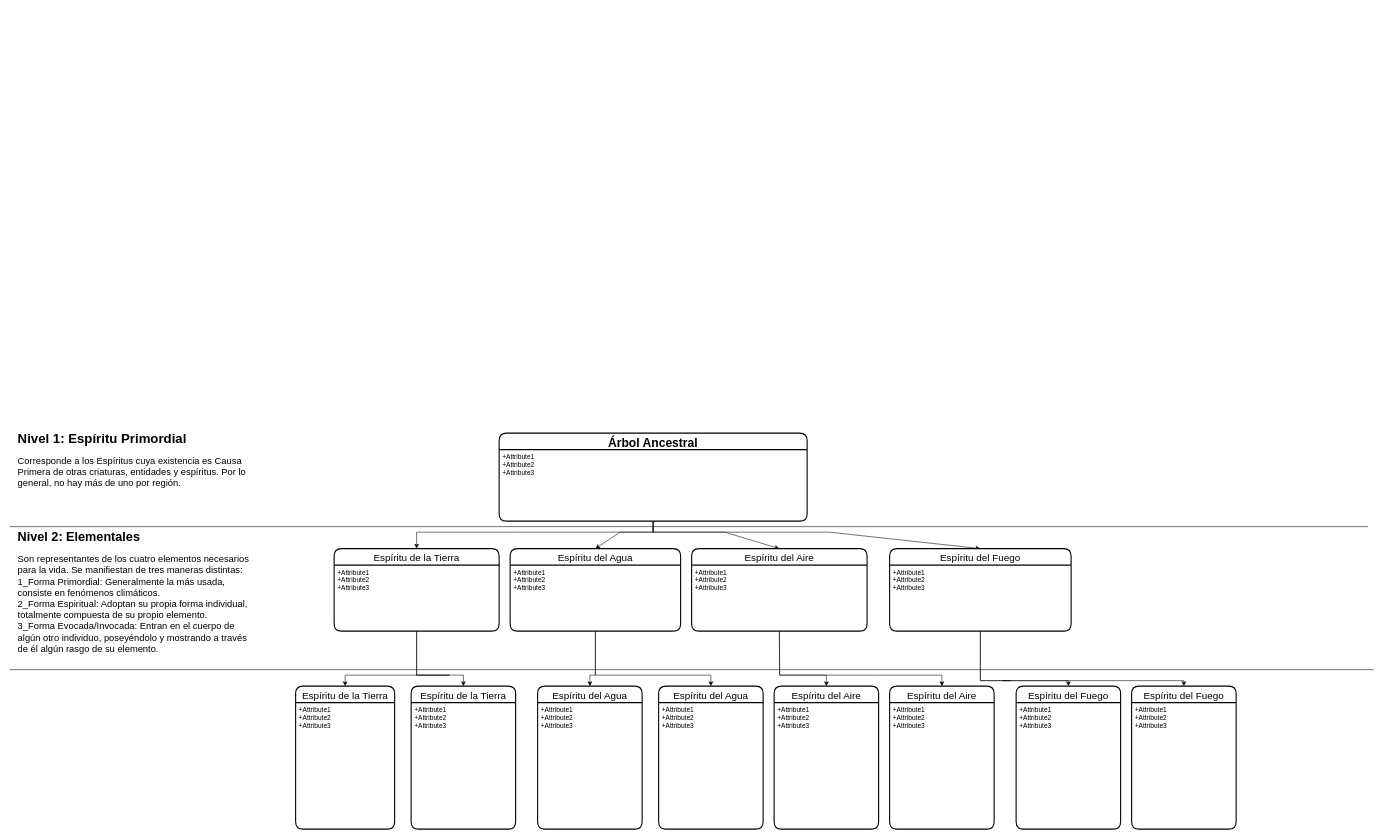
Earlier version of the draw.io diagram EspiritusEspesura.drawio (aixairupe/DiagramasRPG). Source tidied: cells renumbered, new cells numbered last; positions are measured from the earlier drawing's top-left corner, leaving out a move shared by most shapes. Both pictures are drawn from the tidied source at 55%, with x=0, y=0 at pixel (9, 427).
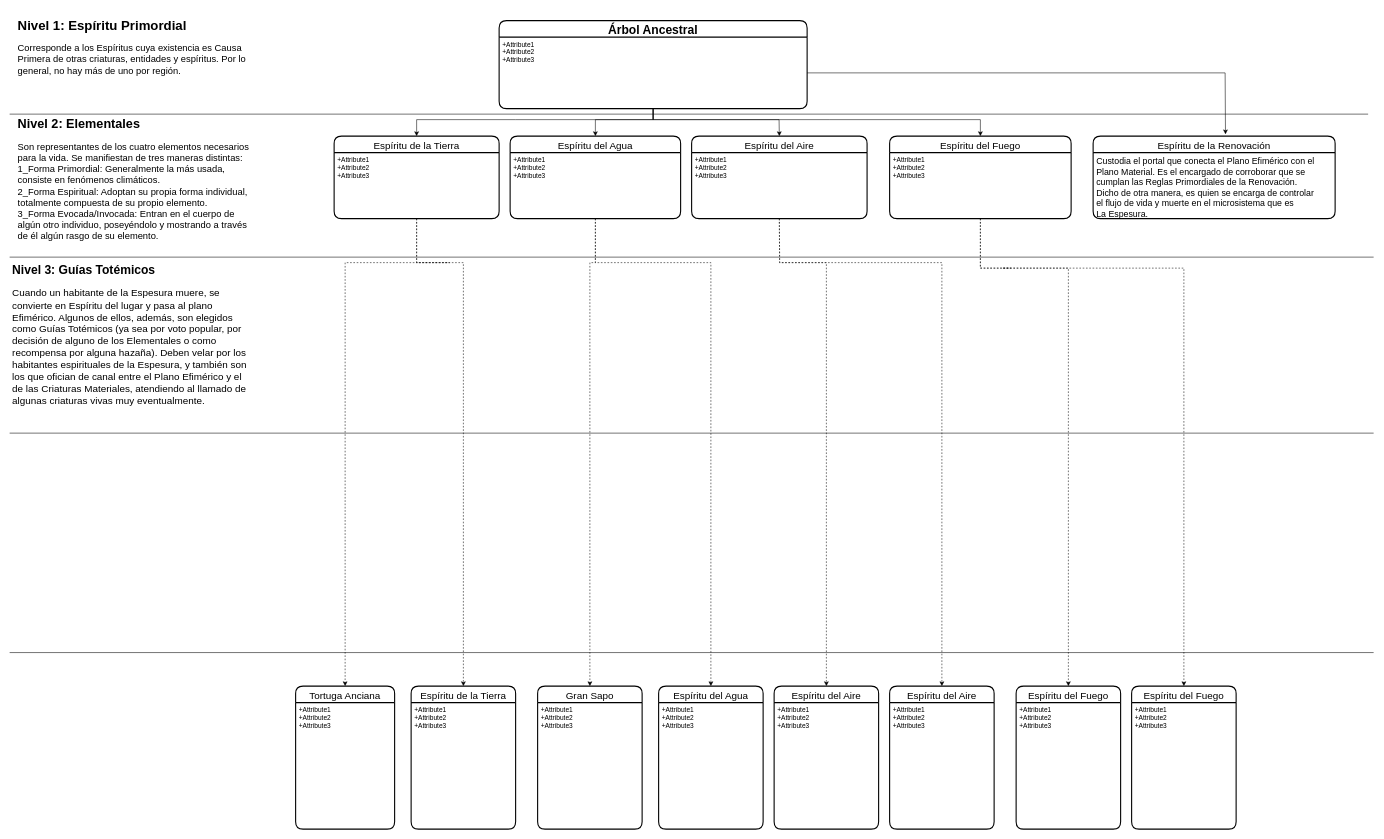
Above is the later version.

Unchanged cells that the change refers to:
```xml
<mxCell id="12" value="+Attribute1&#10;+Attribute2&#10;+Attribute3" style="align=left;strokeColor=none;fillColor=none;spacingLeft=4;fontSize=12;verticalAlign=top;" parent="11" vertex="1">
  <mxGeometry y="30" width="300" height="120" as="geometry" />
</mxCell>
<mxCell id="14" value="+Attribute1&#10;+Attribute2&#10;+Attribute3" style="align=left;strokeColor=none;fillColor=none;spacingLeft=4;fontSize=12;verticalAlign=top;" parent="13" vertex="1">
  <mxGeometry y="30" width="310" height="120" as="geometry" />
</mxCell>
<mxCell id="18" value="+Attribute1&#10;+Attribute2&#10;+Attribute3" style="align=left;strokeColor=none;fillColor=none;spacingLeft=4;fontSize=12;verticalAlign=top;" parent="17" vertex="1">
  <mxGeometry y="30" width="319" height="120" as="geometry" />
</mxCell>
<mxCell id="22" value="+Attribute1&#10;+Attribute2&#10;+Attribute3" style="align=left;strokeColor=none;fillColor=none;spacingLeft=4;fontSize=12;verticalAlign=top;" parent="21" vertex="1">
  <mxGeometry y="30" width="330" height="120" as="geometry" />
</mxCell>
<mxCell id="24" value="+Attribute1&#10;+Attribute2&#10;+Attribute3" style="align=left;strokeColor=none;fillColor=none;spacingLeft=4;fontSize=12;verticalAlign=top;" parent="23" vertex="1">
  <mxGeometry y="30" width="560" height="130" as="geometry" />
</mxCell>
<mxCell id="28" value="Espíritu de la Tierra" style="swimlane;horizontal=1;startSize=30;rounded=1;fontSize=18;fontStyle=0;strokeWidth=2;shadow=0;dashed=0;align=center;" parent="1" vertex="1">
  <mxGeometry x="730" y="470" width="190" height="260" as="geometry" />
</mxCell>
<mxCell id="32" value="Espíritu del Agua" style="swimlane;horizontal=1;startSize=30;rounded=1;fontSize=18;fontStyle=0;strokeWidth=2;shadow=0;dashed=0;align=center;" parent="1" vertex="1">
  <mxGeometry x="1180" y="470" width="190" height="260" as="geometry" />
</mxCell>
<mxCell id="34" value="Espíritu del Aire" style="swimlane;horizontal=1;startSize=30;rounded=1;fontSize=18;fontStyle=0;strokeWidth=2;shadow=0;dashed=0;align=center;" parent="1" vertex="1">
  <mxGeometry x="1390" y="470" width="190" height="260" as="geometry" />
</mxCell>
<mxCell id="36" value="Espíritu del Aire" style="swimlane;horizontal=1;startSize=30;rounded=1;fontSize=18;fontStyle=0;strokeWidth=2;shadow=0;dashed=0;align=center;" parent="1" vertex="1">
  <mxGeometry x="1600" y="470" width="190" height="260" as="geometry" />
</mxCell>
<mxCell id="38" value="Espíritu del Fuego" style="swimlane;horizontal=1;startSize=30;rounded=1;fontSize=18;fontStyle=0;strokeWidth=2;shadow=0;dashed=0;align=center;" parent="1" vertex="1">
  <mxGeometry x="1830" y="470" width="190" height="260" as="geometry" />
</mxCell>
<mxCell id="40" value="Espíritu del Fuego" style="swimlane;horizontal=1;startSize=30;rounded=1;fontSize=18;fontStyle=0;strokeWidth=2;shadow=0;dashed=0;align=center;" parent="1" vertex="1">
  <mxGeometry x="2040" y="470" width="190" height="260" as="geometry" />
</mxCell>
```

The edit, as a diff of the source:
```diff
@@
     <mxCell id="2" value="&lt;h1&gt;Nivel 1: Espíritu Primordial&lt;br&gt;&lt;/h1&gt;&lt;p&gt;&lt;font style=&quot;font-size: 17px&quot;&gt;Corresponde a los Espíritus cuya existencia es Causa Primera de otras criaturas, entidades y espíritus. Por lo general, no hay más de uno por región.&lt;/font&gt;&lt;br&gt;&lt;/p&gt;" style="text;html=1;strokeColor=none;fillColor=none;spacing=5;spacingTop=-20;whiteSpace=wrap;overflow=hidden;rounded=0;" parent="1" vertex="1">
-      <mxGeometry x="10" width="430" height="170" as="geometry" />
+      <mxGeometry x="10" y="-750" width="430" height="170" as="geometry" />
     </mxCell>
     <mxCell id="3" style="edgeStyle=none;rounded=0;jettySize=auto;html=1;entryX=0.5;entryY=0;entryDx=0;entryDy=0;fontSize=22;exitX=0.5;exitY=1;exitDx=0;exitDy=0;exitPerimeter=0;" parent="1" edge="1" source="24" target="13">
       <mxGeometry relative="1" as="geometry">
         <Array as="points">
-          <mxPoint x="1170" y="190" />
-          <mxPoint x="1110" y="190" />
+          <mxPoint x="1170" y="-560" />
+          <mxPoint x="1065" y="-560" />
         </Array>
       </mxGeometry>
     </mxCell>
     <mxCell id="4" style="edgeStyle=none;rounded=0;jettySize=auto;html=1;entryX=0.5;entryY=0;entryDx=0;entryDy=0;fontSize=22;exitX=0.5;exitY=1;exitDx=0;exitDy=0;" parent="1" edge="1" source="24" target="17">
       <mxGeometry relative="1" as="geometry">
         <Array as="points">
-          <mxPoint x="1170" y="190" />
-          <mxPoint x="1300" y="190" />
+          <mxPoint x="1170" y="-560" />
+          <mxPoint x="1399" y="-560" />
         </Array>
       </mxGeometry>
     </mxCell>
     <mxCell id="5" style="edgeStyle=none;rounded=0;jettySize=auto;html=1;entryX=0.5;entryY=0;entryDx=0;entryDy=0;fontSize=22;exitX=0.5;exitY=1;exitDx=0;exitDy=0;" parent="1" edge="1" source="24" target="21">
       <mxGeometry relative="1" as="geometry">
         <Array as="points">
-          <mxPoint x="1170" y="190" />
-          <mxPoint x="1490" y="190" />
+          <mxPoint x="1170" y="-560" />
+          <mxPoint x="1490" y="-560" />
+          <mxPoint x="1765" y="-560" />
         </Array>
       </mxGeometry>
     </mxCell>
     <mxCell id="6" style="edgeStyle=none;rounded=0;jettySize=auto;html=1;entryX=0.5;entryY=0;entryDx=0;entryDy=0;fontSize=22;exitX=0.5;exitY=1;exitDx=0;exitDy=0;" parent="1" edge="1" source="24" target="11">
       <mxGeometry relative="1" as="geometry">
         <Array as="points">
-          <mxPoint x="1170" y="190" />
-          <mxPoint x="920" y="190" />
-          <mxPoint x="740" y="190" />
+          <mxPoint x="1170" y="-560" />
+          <mxPoint x="920" y="-560" />
+          <mxPoint x="740" y="-560" />
         </Array>
       </mxGeometry>
     </mxCell>
     <mxCell id="7" style="endArrow=none;html=1;rounded=0;" parent="1" edge="1">
       <mxGeometry relative="1" as="geometry">
-        <mxPoint y="440" as="sourcePoint" />
-        <mxPoint x="2480" y="440" as="targetPoint" />
+        <mxPoint y="-310" as="sourcePoint" />
+        <mxPoint x="2480" y="-310" as="targetPoint" />
       </mxGeometry>
     </mxCell>
     <mxCell id="8" value="&lt;h1 style=&quot;font-size: 23px&quot;&gt;&lt;font style=&quot;font-size: 23px&quot;&gt;Nivel 2: Elementales&lt;br&gt;&lt;/font&gt;&lt;/h1&gt;&lt;p style=&quot;font-size: 17px&quot;&gt;&lt;font style=&quot;font-size: 17px&quot;&gt;Son representantes de los cuatro elementos necesarios para la vida. Se manifiestan de tres maneras distintas:&lt;br&gt;1_Forma Primordial: &lt;/font&gt;&lt;font style=&quot;font-size: 17px&quot;&gt;&lt;font style=&quot;font-size: 17px&quot;&gt;Generalmente la más usada, &lt;/font&gt; consiste en fenómenos climáticos.&lt;br&gt;2_Forma Espiritual: Adoptan su propia forma individual, totalmente compuesta de su propio elemento.&lt;br&gt;3_Forma Evocada/Invocada: Entran en el cuerpo de algún otro individuo, poseyéndolo y mostrando a través de él algún rasgo de su elemento.&lt;br&gt;&lt;/font&gt;&lt;/p&gt;" style="text;html=1;strokeColor=none;fillColor=none;spacing=5;spacingTop=-20;whiteSpace=wrap;overflow=hidden;rounded=0;fontSize=22;" parent="1" vertex="1">
-      <mxGeometry x="10" y="180" width="430" height="260" as="geometry" />
+      <mxGeometry x="10" y="-570" width="430" height="260" as="geometry" />
     </mxCell>
-    <mxCell id="9" style="edgeStyle=none;rounded=0;jettySize=auto;html=1;fontSize=17;entryX=0.5;entryY=0;entryDx=0;entryDy=0;exitX=0.5;exitY=1;exitDx=0;exitDy=0;" parent="1" edge="1" source="12" target="26">
+    <mxCell id="9" style="edgeStyle=none;rounded=0;jettySize=auto;html=1;fontSize=17;entryX=0.5;entryY=0;entryDx=0;entryDy=0;exitX=0.5;exitY=1;exitDx=0;exitDy=0;dashed=1;" parent="1" edge="1" source="12" target="26">
       <mxGeometry relative="1" as="geometry">
         <Array as="points">
-          <mxPoint x="740" y="450" />
-          <mxPoint x="800" y="450" />
-          <mxPoint x="610" y="450" />
+          <mxPoint x="740" y="-300" />
+          <mxPoint x="800" y="-300" />
+          <mxPoint x="610" y="-300" />
         </Array>
       </mxGeometry>
     </mxCell>
-    <mxCell id="10" style="edgeStyle=none;rounded=0;jettySize=auto;html=1;fontSize=17;entryX=0.5;entryY=0;entryDx=0;entryDy=0;exitX=0.5;exitY=1;exitDx=0;exitDy=0;" parent="1" edge="1" source="12" target="28">
+    <mxCell id="10" style="edgeStyle=none;rounded=0;jettySize=auto;html=1;fontSize=17;entryX=0.5;entryY=0;entryDx=0;entryDy=0;exitX=0.5;exitY=1;exitDx=0;exitDy=0;dashed=1;" parent="1" edge="1" source="12" target="28">
       <mxGeometry relative="1" as="geometry">
         <Array as="points">
-          <mxPoint x="740" y="450" />
-          <mxPoint x="800" y="450" />
-          <mxPoint x="825" y="450" />
+          <mxPoint x="740" y="-300" />
+          <mxPoint x="800" y="-300" />
+          <mxPoint x="825" y="-300" />
         </Array>
       </mxGeometry>
     </mxCell>
     <mxCell id="11" value="Espíritu de la Tierra" style="swimlane;horizontal=1;startSize=30;rounded=1;fontSize=18;fontStyle=0;strokeWidth=2;shadow=0;dashed=0;align=center;" parent="1" vertex="1">
-      <mxGeometry x="590" y="220" width="300" height="150" as="geometry" />
+      <mxGeometry x="590" y="-530" width="300" height="150" as="geometry" />
     </mxCell>
@@
     <mxCell id="13" value="Espíritu del Agua" style="swimlane;horizontal=1;startSize=30;rounded=1;fontSize=18;fontStyle=0;strokeWidth=2;shadow=0;dashed=0;align=center;" parent="1" vertex="1">
-      <mxGeometry x="910" y="220" width="310" height="150" as="geometry" />
+      <mxGeometry x="910" y="-530" width="310" height="150" as="geometry" />
     </mxCell>
@@
-    <mxCell id="15" style="edgeStyle=none;rounded=0;jettySize=auto;html=1;fontSize=17;exitX=0.5;exitY=1;exitDx=0;exitDy=0;entryX=0.5;entryY=0;entryDx=0;entryDy=0;" parent="1" edge="1" source="18" target="34">
+    <mxCell id="15" style="edgeStyle=none;rounded=0;jettySize=auto;html=1;fontSize=17;exitX=0.5;exitY=1;exitDx=0;exitDy=0;entryX=0.5;entryY=0;entryDx=0;entryDy=0;dashed=1;" parent="1" edge="1" source="18" target="34">
       <mxGeometry relative="1" as="geometry">
         <Array as="points">
-          <mxPoint x="1400" y="450" />
-          <mxPoint x="1485" y="450" />
+          <mxPoint x="1400" y="-300" />
+          <mxPoint x="1485" y="-300" />
         </Array>
       </mxGeometry>
     </mxCell>
-    <mxCell id="16" style="edgeStyle=none;rounded=0;jettySize=auto;html=1;fontSize=17;exitX=0.5;exitY=1;exitDx=0;exitDy=0;entryX=0.5;entryY=0;entryDx=0;entryDy=0;" parent="1" edge="1" source="18" target="36">
+    <mxCell id="16" style="edgeStyle=none;rounded=0;jettySize=auto;html=1;fontSize=17;exitX=0.5;exitY=1;exitDx=0;exitDy=0;entryX=0.5;entryY=0;entryDx=0;entryDy=0;dashed=1;" parent="1" edge="1" source="18" target="36">
       <mxGeometry relative="1" as="geometry">
         <Array as="points">
-          <mxPoint x="1400" y="450" />
-          <mxPoint x="1580" y="450" />
-          <mxPoint x="1695" y="450" />
+          <mxPoint x="1400" y="-300" />
+          <mxPoint x="1580" y="-300" />
+          <mxPoint x="1695" y="-300" />
         </Array>
       </mxGeometry>
     </mxCell>
     <mxCell id="17" value="Espíritu del Aire" style="swimlane;horizontal=1;startSize=30;rounded=1;fontSize=18;fontStyle=0;strokeWidth=2;shadow=0;dashed=0;align=center;" parent="1" vertex="1">
-      <mxGeometry x="1240" y="220" width="319" height="150" as="geometry" />
+      <mxGeometry x="1240" y="-530" width="319" height="150" as="geometry" />
     </mxCell>
@@
-    <mxCell id="19" style="edgeStyle=none;rounded=0;jettySize=auto;html=1;fontSize=17;entryX=0.5;entryY=0;entryDx=0;entryDy=0;exitX=0.5;exitY=1;exitDx=0;exitDy=0;" parent="1" edge="1" source="21" target="38">
+    <mxCell id="19" style="edgeStyle=none;rounded=0;jettySize=auto;html=1;fontSize=17;entryX=0.5;entryY=0;entryDx=0;entryDy=0;exitX=0.5;exitY=1;exitDx=0;exitDy=0;dashed=1;" parent="1" edge="1" source="21" target="38">
       <mxGeometry relative="1" as="geometry">
         <Array as="points">
-          <mxPoint x="1765" y="460" />
-          <mxPoint x="1820" y="460" />
-          <mxPoint x="1805" y="460" />
-          <mxPoint x="1925" y="460" />
+          <mxPoint x="1765" y="-290" />
+          <mxPoint x="1820" y="-290" />
+          <mxPoint x="1805" y="-290" />
+          <mxPoint x="1925" y="-290" />
         </Array>
       </mxGeometry>
     </mxCell>
-    <mxCell id="20" style="edgeStyle=none;rounded=0;jettySize=auto;html=1;fontSize=17;entryX=0.5;entryY=0;entryDx=0;entryDy=0;exitX=0.5;exitY=1;exitDx=0;exitDy=0;" parent="1" edge="1" source="22" target="40">
+    <mxCell id="20" style="edgeStyle=none;rounded=0;jettySize=auto;html=1;fontSize=17;entryX=0.5;entryY=0;entryDx=0;entryDy=0;exitX=0.5;exitY=1;exitDx=0;exitDy=0;dashed=1;" parent="1" edge="1" source="22" target="40">
       <mxGeometry relative="1" as="geometry">
         <Array as="points">
-          <mxPoint x="1765" y="460" />
-          <mxPoint x="2135" y="460" />
+          <mxPoint x="1765" y="-290" />
+          <mxPoint x="2135" y="-290" />
         </Array>
       </mxGeometry>
     </mxCell>
     <mxCell id="21" value="Espíritu del Fuego" style="swimlane;horizontal=1;startSize=30;rounded=1;fontSize=18;fontStyle=0;strokeWidth=2;shadow=0;dashed=0;align=center;" parent="1" vertex="1">
-      <mxGeometry x="1600" y="220" width="330" height="150" as="geometry" />
+      <mxGeometry x="1600" y="-530" width="330" height="150" as="geometry" />
     </mxCell>
@@
     <mxCell id="23" value="Árbol Ancestral" style="swimlane;horizontal=1;startSize=30;rounded=1;fontSize=22;fontStyle=1;strokeWidth=2;shadow=0;dashed=0;align=center;" parent="1" vertex="1">
-      <mxGeometry x="890" y="10" width="560" height="160" as="geometry" />
+      <mxGeometry x="890" y="-740" width="560" height="160" as="geometry" />
     </mxCell>
@@
     <mxCell id="25" style="endArrow=none;html=1;rounded=0;" parent="1" edge="1">
       <mxGeometry relative="1" as="geometry">
-        <mxPoint y="180" as="sourcePoint" />
-        <mxPoint x="2470" y="180" as="targetPoint" />
+        <mxPoint y="-570" as="sourcePoint" />
+        <mxPoint x="2470" y="-570" as="targetPoint" />
       </mxGeometry>
     </mxCell>
-    <mxCell id="26" value="Espíritu de la Tierra" style="swimlane;horizontal=1;startSize=30;rounded=1;fontSize=18;fontStyle=0;strokeWidth=2;shadow=0;dashed=0;align=center;" parent="1" vertex="1">
+    <mxCell id="26" value="Tortuga Anciana" style="swimlane;horizontal=1;startSize=30;rounded=1;fontSize=18;fontStyle=0;strokeWidth=2;shadow=0;dashed=0;align=center;" parent="1" vertex="1">
       <mxGeometry x="520" y="470" width="180" height="260" as="geometry" />
     </mxCell>
@@
-    <mxCell id="30" value="Espíritu del Agua" style="swimlane;horizontal=1;startSize=30;rounded=1;fontSize=18;fontStyle=0;strokeWidth=2;shadow=0;dashed=0;align=center;" parent="1" vertex="1">
+    <mxCell id="30" value="Gran Sapo " style="swimlane;horizontal=1;startSize=30;rounded=1;fontSize=18;fontStyle=0;strokeWidth=2;shadow=0;dashed=0;align=center;" parent="1" vertex="1">
       <mxGeometry x="960" y="470" width="190" height="260" as="geometry" />
     </mxCell>
@@
-    <mxCell id="42" style="edgeStyle=none;rounded=0;jettySize=auto;html=1;exitX=0.5;exitY=1;exitDx=0;exitDy=0;entryX=0.5;entryY=0;entryDx=0;entryDy=0;fontSize=17;" parent="1" edge="1" source="14" target="30">
+    <mxCell id="42" style="edgeStyle=none;rounded=0;jettySize=auto;html=1;exitX=0.5;exitY=1;exitDx=0;exitDy=0;entryX=0.5;entryY=0;entryDx=0;entryDy=0;fontSize=17;dashed=1;" parent="1" edge="1" source="14" target="30">
       <mxGeometry relative="1" as="geometry">
         <Array as="points">
-          <mxPoint x="1065" y="450" />
-          <mxPoint x="1055" y="450" />
+          <mxPoint x="1065" y="-300" />
+          <mxPoint x="1055" y="-300" />
         </Array>
       </mxGeometry>
     </mxCell>
-    <mxCell id="43" style="endArrow=classic;html=1;rounded=0;fontSize=17;entryX=0.5;entryY=0;entryDx=0;entryDy=0;exitX=0.5;exitY=1;exitDx=0;exitDy=0;" parent="1" edge="1" source="14" target="32">
+    <mxCell id="43" style="endArrow=classic;html=1;rounded=0;fontSize=17;entryX=0.5;entryY=0;entryDx=0;entryDy=0;exitX=0.5;exitY=1;exitDx=0;exitDy=0;dashed=1;" parent="1" edge="1" source="14" target="32">
       <mxGeometry relative="1" as="geometry">
         <Array as="points">
-          <mxPoint x="1065" y="450" />
-          <mxPoint x="1275" y="450" />
+          <mxPoint x="1065" y="-300" />
+          <mxPoint x="1275" y="-300" />
         </Array>
       </mxGeometry>
     </mxCell>
+    <mxCell id="44" value="&lt;h1 style=&quot;font-size: 18px&quot;&gt;&lt;font style=&quot;font-size: 22px&quot;&gt;Nivel 3: Guías Totémicos&lt;br&gt;&lt;/font&gt;&lt;/h1&gt;&lt;p style=&quot;font-size: 18px&quot;&gt;Cuando un habitante de la Espesura muere, se convierte en Espíritu del lugar y pasa al plano Efimérico. Algunos de ellos, además, son elegidos como Guías Totémicos (ya sea por voto popular, por decisión de alguno de los Elementales o como recompensa por alguna hazaña). Deben velar por los habitantes espirituales de la Espesura, y también son los que ofician de canal entre el Plano Efimérico y el de las Criaturas Materiales, atendiendo al llamado de algunas criaturas vivas muy eventualmente.&lt;br&gt;&lt;/p&gt;" style="text;html=1;strokeColor=none;fillColor=none;spacing=5;spacingTop=-20;whiteSpace=wrap;overflow=hidden;rounded=0;fontSize=18;" parent="1" vertex="1">
+      <mxGeometry y="-300" width="450" height="320" as="geometry" />
+    </mxCell>
+    <mxCell id="45" value="Espíritu de la Renovación" style="swimlane;horizontal=1;startSize=30;rounded=1;fontSize=18;fontStyle=0;strokeWidth=2;shadow=0;dashed=0;align=center;" parent="1" vertex="1">
+      <mxGeometry x="1970" y="-530" width="440" height="150" as="geometry" />
+    </mxCell>
+    <mxCell id="46" value="Custodia el portal que conecta el Plano Efimérico con el &#10;Plano Material. Es el encargado de corroborar que se&#10; cumplan las Reglas Primordiales de la Renovación. &#10;Dicho de otra manera, es quien se encarga de controlar&#10;el flujo de vida y muerte en el microsistema que es &#10;La Espesura." style="align=left;strokeColor=none;fillColor=none;spacingLeft=4;fontSize=16;verticalAlign=top;" parent="45" vertex="1">
+      <mxGeometry y="30" width="440" height="120" as="geometry" />
+    </mxCell>
+    <mxCell id="47" style="endArrow=classic;html=1;rounded=0;fontSize=16;exitX=1;exitY=0.5;exitDx=0;exitDy=0;entryX=0.547;entryY=-0.022;entryDx=0;entryDy=0;entryPerimeter=0;" parent="1" edge="1" source="24" target="45">
+      <mxGeometry relative="1" as="geometry">
+        <Array as="points">
+          <mxPoint x="2210" y="-645" />
+        </Array>
+      </mxGeometry>
+    </mxCell>
+    <mxCell id="48" style="endArrow=none;html=1;rounded=0;" parent="1" edge="1">
+      <mxGeometry relative="1" as="geometry">
+        <mxPoint y="10" as="sourcePoint" />
+        <mxPoint x="2480" y="10" as="targetPoint" />
+      </mxGeometry>
+    </mxCell>
+    <mxCell id="49" style="endArrow=none;html=1;rounded=0;" parent="1" edge="1">
+      <mxGeometry relative="1" as="geometry">
+        <mxPoint y="409" as="sourcePoint" />
+        <mxPoint x="2480" y="409" as="targetPoint" />
+      </mxGeometry>
+    </mxCell>
```
